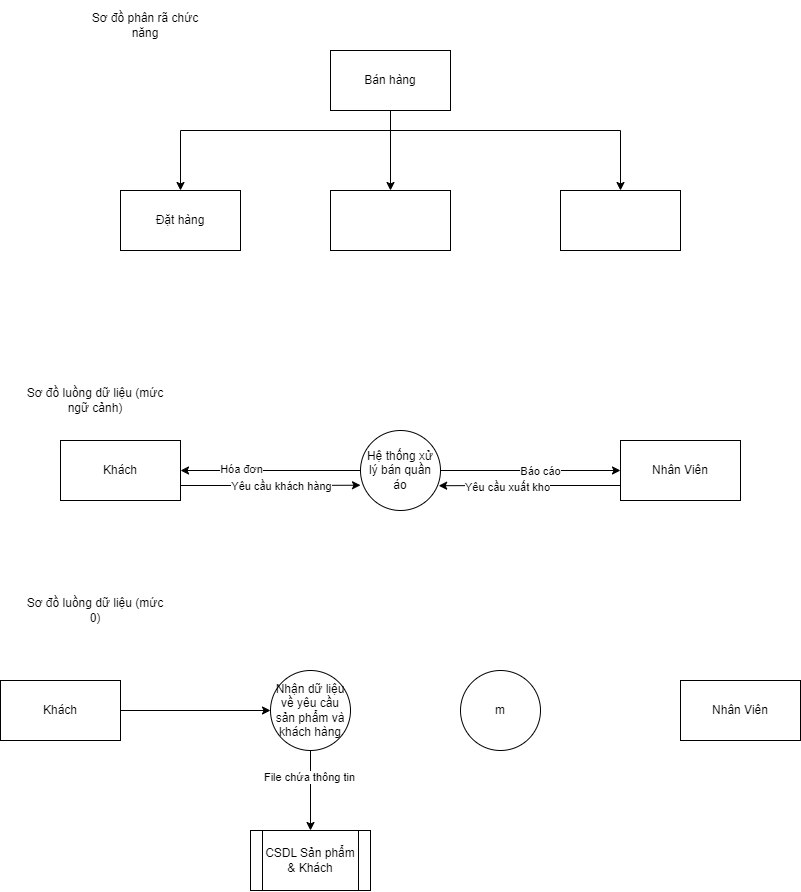
This is DFD1.png from InfiniteByte1811/branch1, a draw.io export, as it was before one commit. Source tidied: cells renumbered, new cells last; positions are measured from the earlier drawing's top-left corner, leaving out a move shared by most shapes.
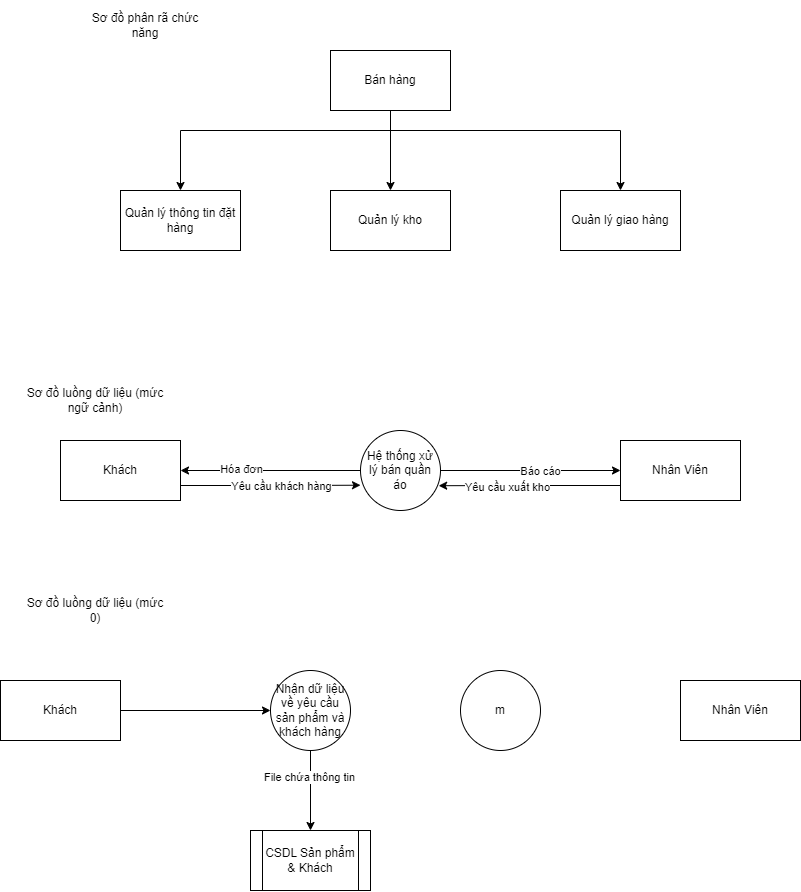
After the change.

Commit message:
Cập nhật DFD1.png

What changed in the source:
```diff
@@ -84,13 +84,13 @@
     <mxCell id="27" value="Bán hàng" style="rounded=0;whiteSpace=wrap;html=1;" parent="1" vertex="1">
       <mxGeometry x="330" y="50" width="120" height="60" as="geometry" />
     </mxCell>
-    <mxCell id="28" style="rounded=0;whiteSpace=wrap;html=1;" parent="1" vertex="1">
+    <mxCell id="28" value="Quản lý kho" style="rounded=0;whiteSpace=wrap;html=1;" parent="1" vertex="1">
       <mxGeometry x="330" y="190" width="120" height="60" as="geometry" />
     </mxCell>
-    <mxCell id="29" value="Đặt hàng" style="rounded=0;whiteSpace=wrap;html=1;" parent="1" vertex="1">
+    <mxCell id="29" value="Quản lý thông tin đặt hàng" style="rounded=0;whiteSpace=wrap;html=1;" parent="1" vertex="1">
       <mxGeometry x="120" y="190" width="120" height="60" as="geometry" />
     </mxCell>
-    <mxCell id="30" style="rounded=0;whiteSpace=wrap;html=1;" parent="1" vertex="1">
+    <mxCell id="30" value="Quản lý giao hàng" style="rounded=0;whiteSpace=wrap;html=1;" parent="1" vertex="1">
       <mxGeometry x="560" y="190" width="120" height="60" as="geometry" />
     </mxCell>
   </root>
```
